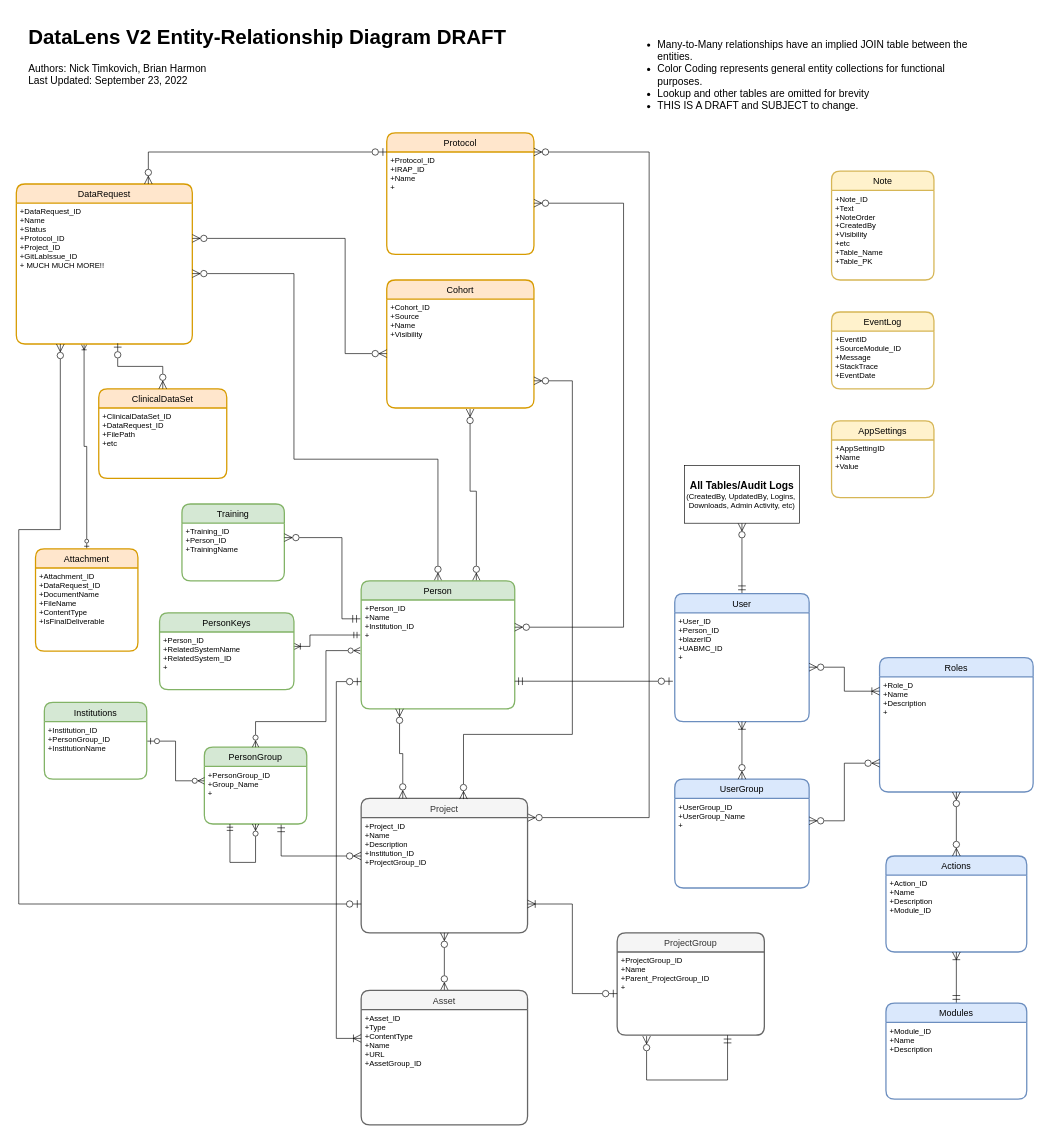
ntimkovich/UAB-II-Diagrams keeps this draw.io diagram as page "Expanded with no Junction Tables" (1 of 4) of DataLens V2 ERD.drawio. Above is the earlier version. Source tidied: cells renumbered, new cells numbered last; positions are measured from the earlier drawing's top-left corner, leaving out a move shared by most shapes. Both pictures are drawn from the tidied source at 64%, with x=0, y=0 at pixel (16, 17).
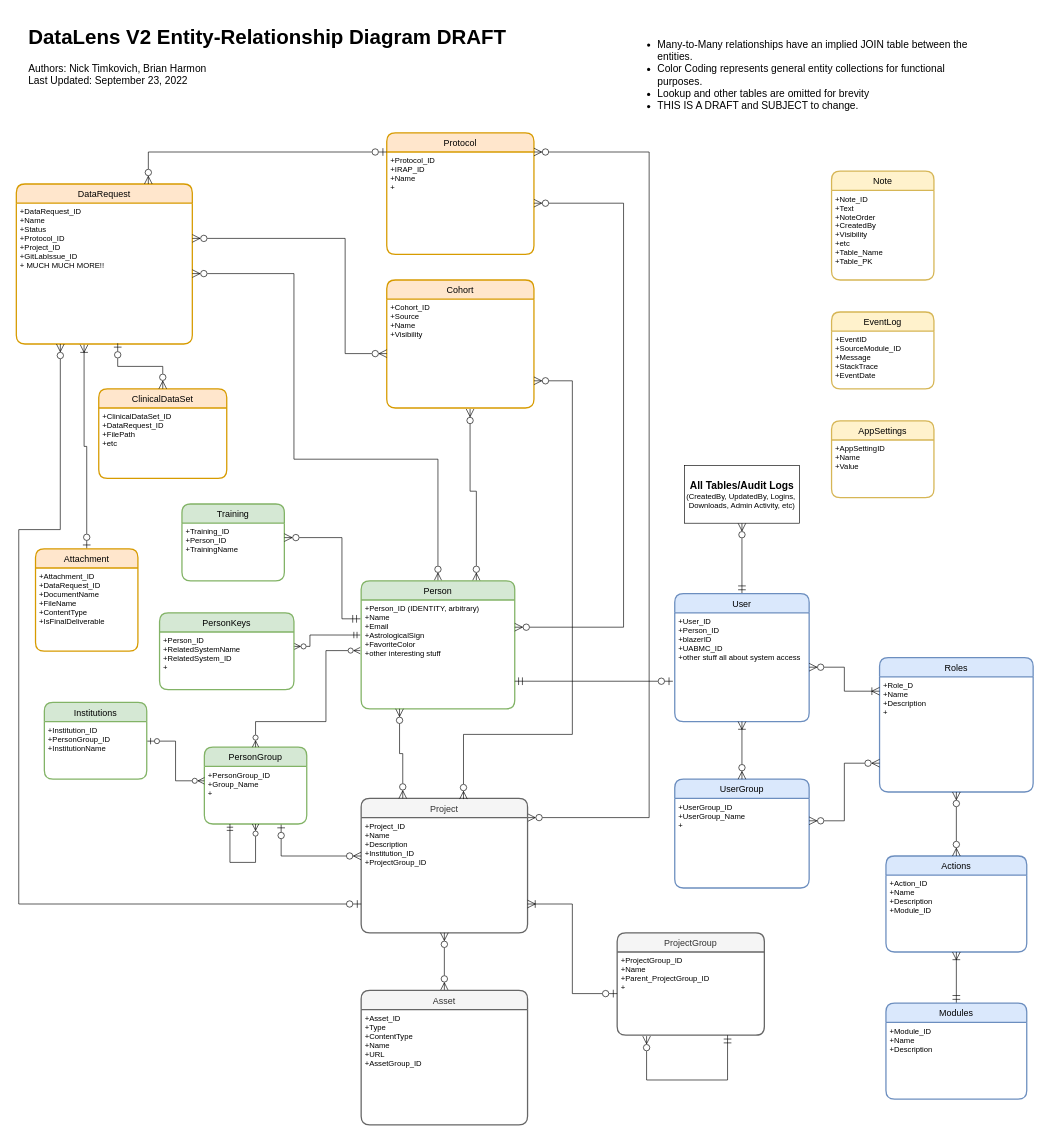
After the change.

The change refers to these unchanged cells:
```xml
<mxCell id="3" value="+DataRequest_ID&#10;+Name&#10;+Status&#10;+Protocol_ID&#10;+Project_ID&#10;+GitLabIssue_ID&#10;+ MUCH MUCH MORE!!" style="align=left;strokeColor=none;fillColor=none;spacingLeft=4;fontSize=12;verticalAlign=top;" parent="2" vertex="1">
  <mxGeometry y="30" width="275" height="220" as="geometry" />
</mxCell>
<mxCell id="10" value="Person" style="swimlane;horizontal=1;startSize=30;rounded=1;fontSize=14;fontStyle=0;strokeWidth=2;shadow=0;dashed=0;align=center;fillColor=#d5e8d4;strokeColor=#82b366;" parent="1" vertex="1">
  <mxGeometry x="538.8" y="880" width="240" height="200" as="geometry" />
</mxCell>
<mxCell id="13" value="User" style="swimlane;horizontal=1;startSize=30;rounded=1;fontSize=14;fontStyle=0;strokeWidth=2;shadow=0;dashed=0;align=center;fillColor=#dae8fc;strokeColor=#6c8ebf;" parent="1" vertex="1">
  <mxGeometry x="1028.8" y="900" width="210" height="200" as="geometry" />
</mxCell>
<mxCell id="23" value="+Asset_ID&#10;+Type&#10;+ContentType&#10;+Name&#10;+URL&#10;+AssetGroup_ID" style="align=left;strokeColor=none;fillColor=none;spacingLeft=4;fontSize=12;verticalAlign=top;" parent="22" vertex="1">
  <mxGeometry y="30" width="260" height="180" as="geometry" />
</mxCell>
<mxCell id="34" value="+PersonGroup_ID&#10;+Group_Name&#10;+" style="align=left;strokeColor=none;fillColor=none;spacingLeft=4;fontSize=12;verticalAlign=top;" parent="33" vertex="1">
  <mxGeometry y="30" width="160" height="90" as="geometry" />
</mxCell>
<mxCell id="57" value="+Person_ID&#10;+RelatedSystemName&#10;+RelatedSystem_ID&#10;+" style="align=left;strokeColor=none;fillColor=none;spacingLeft=4;fontSize=12;verticalAlign=top;" parent="56" vertex="1">
  <mxGeometry y="30" width="210" height="90" as="geometry" />
</mxCell>
<mxCell id="72" value="Attachment" style="swimlane;horizontal=1;startSize=30;rounded=1;fontSize=14;fontStyle=0;strokeWidth=2;shadow=0;dashed=0;align=center;fillColor=#ffe6cc;strokeColor=#d79b00;" parent="1" vertex="1">
  <mxGeometry x="30" y="830" width="160" height="160" as="geometry" />
</mxCell>
```

What changed in the source:
```diff
@@
-    <mxCell id="11" value="+Person_ID&#10;+Name&#10;+Institution_ID&#10;+" style="align=left;strokeColor=none;fillColor=none;spacingLeft=4;fontSize=12;verticalAlign=top;" parent="10" vertex="1">
+    <mxCell id="11" value="+Person_ID (IDENTITY, arbitrary)&#10;+Name&#10;+Email&#10;+AstrologicalSign&#10;+FavoriteColor&#10;+other interesting stuff" style="align=left;strokeColor=none;fillColor=none;spacingLeft=4;fontSize=12;verticalAlign=top;" parent="10" vertex="1">
       <mxGeometry y="30" width="240" height="170" as="geometry" />
     </mxCell>
@@
-    <mxCell id="14" value="+User_ID&#10;+Person_ID&#10;+blazerID&#10;+UABMC_ID&#10;+" style="align=left;strokeColor=none;fillColor=none;spacingLeft=4;fontSize=12;verticalAlign=top;" parent="13" vertex="1">
+    <mxCell id="14" value="+User_ID&#10;+Person_ID&#10;+blazerID&#10;+UABMC_ID&#10;+other stuff all about system access" style="align=left;strokeColor=none;fillColor=none;spacingLeft=4;fontSize=12;verticalAlign=top;" parent="13" vertex="1">
       <mxGeometry y="30" width="210" height="170" as="geometry" />
     </mxCell>
@@
-    <mxCell id="32" style="edgeStyle=orthogonalEdgeStyle;rounded=0;jettySize=auto;html=1;exitX=0.75;exitY=1;exitDx=0;exitDy=0;startArrow=ERmandOne;startFill=0;endArrow=ERzeroToMany;endFill=0;endSize=10;startSize=10;" parent="1" edge="1" source="34">
+    <mxCell id="32" style="edgeStyle=orthogonalEdgeStyle;rounded=0;jettySize=auto;html=1;exitX=0.75;exitY=1;exitDx=0;exitDy=0;startArrow=ERzeroToOne;startFill=0;endArrow=ERzeroToMany;endFill=0;endSize=10;startSize=10;" parent="1" edge="1" source="34">
       <mxGeometry relative="1" as="geometry">
         <mxPoint x="538.8" y="1310" as="targetPoint" />
         <Array as="points">
           <mxPoint x="413.8" y="1310" />
         </Array>
       </mxGeometry>
     </mxCell>
@@
-    <mxCell id="55" style="edgeStyle=orthogonalEdgeStyle;rounded=0;jettySize=auto;html=1;entryX=-0.006;entryY=0.322;entryDx=0;entryDy=0;entryPerimeter=0;startArrow=ERoneToMany;startFill=0;endArrow=ERmandOne;endFill=0;exitX=1;exitY=0.25;exitDx=0;exitDy=0;endSize=8;startSize=8;" parent="1" edge="1" source="57" target="11">
+    <mxCell id="55" style="edgeStyle=orthogonalEdgeStyle;rounded=0;jettySize=auto;html=1;entryX=-0.006;entryY=0.322;entryDx=0;entryDy=0;entryPerimeter=0;startArrow=ERzeroToMany;startFill=0;endArrow=ERmandOne;endFill=0;exitX=1;exitY=0.25;exitDx=0;exitDy=0;endSize=8;startSize=8;" parent="1" edge="1" source="57" target="11">
       <mxGeometry relative="1" as="geometry">
         <Array as="points">
           <mxPoint x="458.8" y="983" />
           <mxPoint x="458.8" y="965" />
         </Array>
       </mxGeometry>
     </mxCell>
@@
-    <mxCell id="71" style="edgeStyle=orthogonalEdgeStyle;rounded=0;jettySize=auto;html=1;exitX=0.5;exitY=0;exitDx=0;exitDy=0;startArrow=ERzeroToOne;startFill=0;entryX=0.385;entryY=1.005;entryDx=0;entryDy=0;entryPerimeter=0;endArrow=ERoneToMany;endFill=0;" parent="1" edge="1" source="72" target="3">
+    <mxCell id="71" style="edgeStyle=orthogonalEdgeStyle;rounded=0;jettySize=auto;html=1;exitX=0.5;exitY=0;exitDx=0;exitDy=0;startArrow=ERzeroToOne;startFill=0;entryX=0.385;entryY=1.005;entryDx=0;entryDy=0;entryPerimeter=0;endArrow=ERoneToMany;endFill=0;endSize=10;startSize=10;" parent="1" edge="1" source="72" target="3">
       <mxGeometry relative="1" as="geometry" />
     </mxCell>
@@
-    <mxCell id="74" style="edgeStyle=orthogonalEdgeStyle;rounded=0;jettySize=auto;html=1;exitX=0;exitY=0.75;exitDx=0;exitDy=0;entryX=0;entryY=0.25;entryDx=0;entryDy=0;startArrow=ERzeroToOne;startFill=0;endArrow=ERoneToMany;endFill=0;endSize=10;startSize=10;" parent="1" edge="1" source="11" target="23">
-      <mxGeometry relative="1" as="geometry">
-        <Array as="points">
-          <mxPoint x="500" y="1038" />
-          <mxPoint x="500" y="1595" />
-        </Array>
-      </mxGeometry>
-    </mxCell>
```
